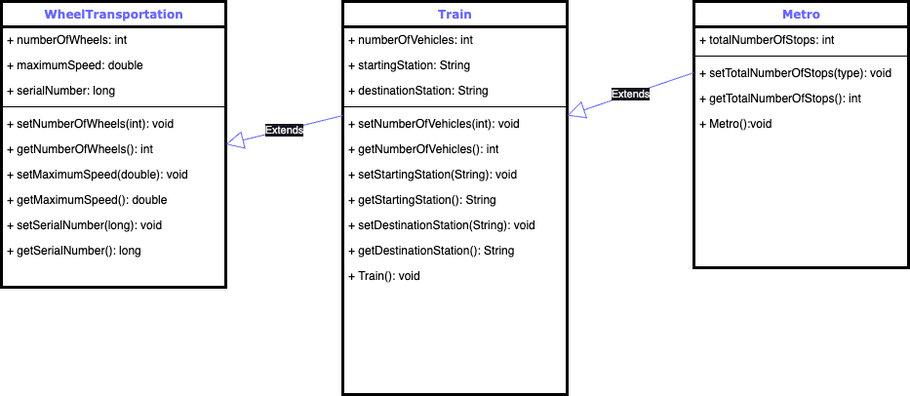
The draw.io diagram src/oop/assignment2/UML-assignment2.png in vcfmtl2077/ProjectJAC, before a commit. Source tidied: cells renumbered, new cells last; positions are measured from the earlier drawing's top-left corner, leaving out a move shared by most shapes.
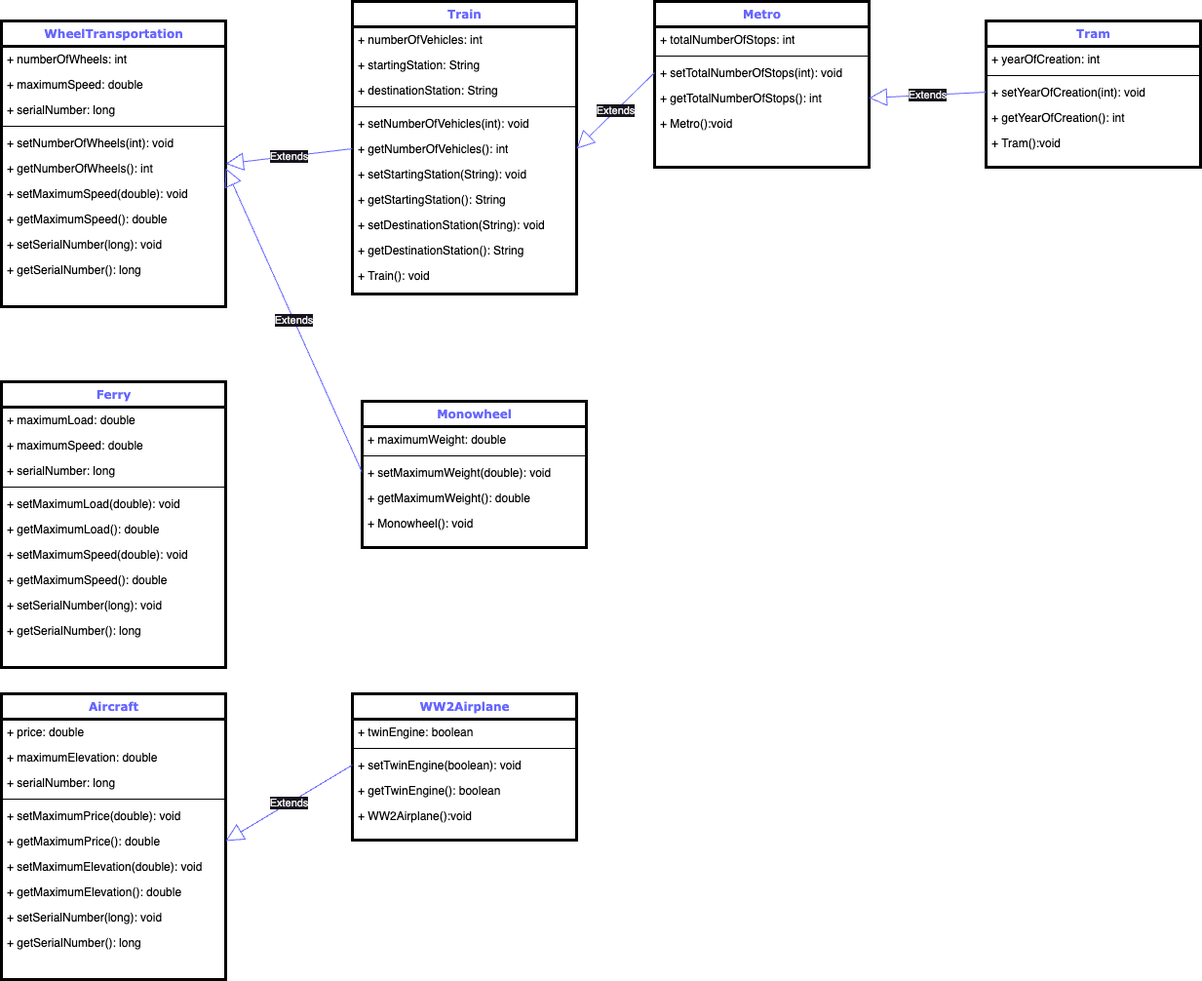
The same diagram one commit later.

Commit message:
update UML class diagram

Diff of the diagram source:
```diff
@@ -3,7 +3,7 @@
     <mxCell id="0" />
     <mxCell id="1" parent="0" />
     <mxCell id="2" value="&lt;font color=&quot;#6666ff&quot;&gt;WheelTransportation&lt;/font&gt;" style="swimlane;html=1;fontStyle=1;align=center;verticalAlign=top;horizontal=1;startSize=26;swimlaneFillColor=#ffffff;rounded=0;shadow=0;comic=0;labelBackgroundColor=none;strokeWidth=3;fillColor=none;fontFamily=Verdana;fontSize=12;strokeColor=#000000;" parent="1" vertex="1">
-      <mxGeometry width="230" height="293" as="geometry" />
+      <mxGeometry x="-10" y="-227" width="230" height="293" as="geometry" />
     </mxCell>
     <mxCell id="3" value="+ numberOfWheels: int" style="text;html=1;strokeColor=none;fillColor=none;align=left;verticalAlign=top;spacingLeft=4;spacingRight=4;whiteSpace=wrap;overflow=hidden;fontColor=#000000;" parent="2" vertex="1">
       <mxGeometry y="26" width="230" height="26" as="geometry" />
@@ -36,7 +36,7 @@
       <mxGeometry y="242" width="230" height="26" as="geometry" />
     </mxCell>
     <mxCell id="13" value="&lt;font color=&quot;#6666ff&quot;&gt;Train&lt;/font&gt;" style="swimlane;html=1;fontStyle=1;align=center;verticalAlign=top;horizontal=1;startSize=26;swimlaneFillColor=#ffffff;rounded=0;shadow=0;comic=0;labelBackgroundColor=none;strokeWidth=3;fillColor=none;fontFamily=Verdana;fontSize=12;strokeColor=#000000;" parent="1" vertex="1">
-      <mxGeometry x="350" width="230" height="403" as="geometry" />
+      <mxGeometry x="350" y="-247" width="230" height="300" as="geometry" />
     </mxCell>
     <mxCell id="14" value="+ numberOfVehicles: int" style="text;html=1;strokeColor=none;fillColor=none;align=left;verticalAlign=top;spacingLeft=4;spacingRight=4;whiteSpace=wrap;overflow=hidden;fontColor=#000000;" parent="13" vertex="1">
       <mxGeometry y="26" width="230" height="26" as="geometry" />
@@ -72,7 +72,7 @@
       <mxGeometry y="268" width="230" height="26" as="geometry" />
     </mxCell>
     <mxCell id="25" value="&lt;font color=&quot;#6666ff&quot;&gt;Metro&lt;/font&gt;" style="swimlane;html=1;fontStyle=1;align=center;verticalAlign=top;horizontal=1;startSize=26;swimlaneFillColor=#ffffff;rounded=0;shadow=0;comic=0;labelBackgroundColor=none;strokeWidth=3;fillColor=none;fontFamily=Verdana;fontSize=12;strokeColor=#000000;" parent="1" vertex="1">
-      <mxGeometry x="710" width="220" height="273" as="geometry" />
+      <mxGeometry x="660" y="-247" width="220" height="170" as="geometry" />
     </mxCell>
     <mxCell id="26" value="+ totalNumberOfStops: int" style="text;html=1;strokeColor=none;fillColor=none;align=left;verticalAlign=top;spacingLeft=4;spacingRight=4;whiteSpace=wrap;overflow=hidden;fontColor=#000000;" parent="25" vertex="1">
       <mxGeometry y="26" width="220" height="26" as="geometry" />
@@ -80,7 +80,7 @@
     <mxCell id="27" style="line;html=1;strokeWidth=1;fillColor=none;align=left;verticalAlign=middle;spacingTop=-1;spacingLeft=3;spacingRight=3;labelPosition=right;fontColor=#000000;strokeColor=#000000;" parent="25" vertex="1">
       <mxGeometry y="52" width="220" height="8" as="geometry" />
     </mxCell>
-    <mxCell id="28" value="+ setTotalNumberOfStops(type): void" style="text;html=1;strokeColor=none;fillColor=none;align=left;verticalAlign=top;spacingLeft=4;spacingRight=4;whiteSpace=wrap;overflow=hidden;points=[[0,0.5],[1,0.5]];portConstraint=eastwest;fontColor=#000000;" parent="25" vertex="1">
+    <mxCell id="28" value="+ setTotalNumberOfStops(int): void" style="text;html=1;strokeColor=none;fillColor=none;align=left;verticalAlign=top;spacingLeft=4;spacingRight=4;whiteSpace=wrap;overflow=hidden;points=[[0,0.5],[1,0.5]];portConstraint=eastwest;fontColor=#000000;" parent="25" vertex="1">
       <mxGeometry y="60" width="220" height="26" as="geometry" />
     </mxCell>
     <mxCell id="29" value="+ getTotalNumberOfStops(): int" style="text;html=1;strokeColor=none;fillColor=none;align=left;verticalAlign=top;spacingLeft=4;spacingRight=4;whiteSpace=wrap;overflow=hidden;points=[[0,0.5],[1,0.5]];portConstraint=eastwest;fontColor=#000000;" parent="25" vertex="1">
@@ -89,15 +89,140 @@
     <mxCell id="30" value="+ Metro():void" style="text;html=1;strokeColor=none;fillColor=none;align=left;verticalAlign=top;spacingLeft=4;spacingRight=4;whiteSpace=wrap;overflow=hidden;fontColor=#000000;" parent="25" vertex="1">
       <mxGeometry y="112" width="220" height="26" as="geometry" />
     </mxCell>
-    <mxCell id="31" value="Extends" style="endArrow=block;endSize=16;endFill=0;html=1;rounded=0;entryX=1;entryY=0.5;entryDx=0;entryDy=0;exitX=0;exitY=0.5;exitDx=0;exitDy=0;strokeColor=#6666FF;" parent="1" edge="1" target="2">
-      <mxGeometry relative="1" as="geometry">
-        <mxPoint x="350" y="117" as="sourcePoint" />
-      </mxGeometry>
+    <mxCell id="31" value="Extends" style="endArrow=block;endSize=16;endFill=0;html=1;rounded=0;entryX=1;entryY=0.5;entryDx=0;entryDy=0;exitX=0;exitY=0.5;exitDx=0;exitDy=0;strokeColor=#6666FF;" parent="1" edge="1" source="19" target="2">
+      <mxGeometry relative="1" as="geometry" />
     </mxCell>
-    <mxCell id="32" value="Extends" style="endArrow=block;endSize=16;endFill=0;html=1;rounded=0;entryX=1;entryY=0.5;entryDx=0;entryDy=0;exitX=0;exitY=0.5;exitDx=0;exitDy=0;strokeColor=#6666FF;" parent="1" edge="1" source="28">
-      <mxGeometry relative="1" as="geometry">
-        <mxPoint x="580" y="117" as="targetPoint" />
-      </mxGeometry>
+    <mxCell id="32" value="Extends" style="endArrow=block;endSize=16;endFill=0;html=1;rounded=0;entryX=1;entryY=0.5;entryDx=0;entryDy=0;exitX=0;exitY=0.5;exitDx=0;exitDy=0;strokeColor=#6666FF;" parent="1" edge="1" source="28" target="19">
+      <mxGeometry relative="1" as="geometry" />
     </mxCell>
+    <mxCell id="33" value="&lt;font color=&quot;#6666ff&quot;&gt;Tram&lt;/font&gt;" style="swimlane;html=1;fontStyle=1;align=center;verticalAlign=top;horizontal=1;startSize=26;swimlaneFillColor=#ffffff;rounded=0;shadow=0;comic=0;labelBackgroundColor=none;strokeWidth=3;fillColor=none;fontFamily=Verdana;fontSize=12;strokeColor=#000000;" parent="1" vertex="1">
+      <mxGeometry x="1000" y="-227" width="220" height="150" as="geometry" />
+    </mxCell>
+    <mxCell id="34" value="+ yearOfCreation: int" style="text;html=1;strokeColor=none;fillColor=none;align=left;verticalAlign=top;spacingLeft=4;spacingRight=4;whiteSpace=wrap;overflow=hidden;fontColor=#000000;" parent="33" vertex="1">
+      <mxGeometry y="26" width="220" height="26" as="geometry" />
+    </mxCell>
+    <mxCell id="35" style="line;html=1;strokeWidth=1;fillColor=none;align=left;verticalAlign=middle;spacingTop=-1;spacingLeft=3;spacingRight=3;labelPosition=right;fontColor=#000000;strokeColor=#000000;" parent="33" vertex="1">
+      <mxGeometry y="52" width="220" height="8" as="geometry" />
+    </mxCell>
+    <mxCell id="36" value="+ setYearOfCreation(int): void" style="text;html=1;strokeColor=none;fillColor=none;align=left;verticalAlign=top;spacingLeft=4;spacingRight=4;whiteSpace=wrap;overflow=hidden;points=[[0,0.5],[1,0.5]];portConstraint=eastwest;fontColor=#000000;" parent="33" vertex="1">
+      <mxGeometry y="60" width="220" height="26" as="geometry" />
+    </mxCell>
+    <mxCell id="37" value="+ getYearOfCreation(): int" style="text;html=1;strokeColor=none;fillColor=none;align=left;verticalAlign=top;spacingLeft=4;spacingRight=4;whiteSpace=wrap;overflow=hidden;fontColor=#000000;" parent="33" vertex="1">
+      <mxGeometry y="86" width="220" height="26" as="geometry" />
+    </mxCell>
+    <mxCell id="38" value="+ Tram():void" style="text;html=1;strokeColor=none;fillColor=none;align=left;verticalAlign=top;spacingLeft=4;spacingRight=4;whiteSpace=wrap;overflow=hidden;fontColor=#000000;" parent="33" vertex="1">
+      <mxGeometry y="112" width="220" height="26" as="geometry" />
+    </mxCell>
+    <mxCell id="39" value="Extends" style="endArrow=block;endSize=16;endFill=0;html=1;rounded=0;exitX=0;exitY=0.5;exitDx=0;exitDy=0;strokeColor=#6666FF;entryX=1;entryY=0.5;entryDx=0;entryDy=0;" parent="1" edge="1" source="36" target="29">
+      <mxGeometry relative="1" as="geometry" />
+    </mxCell>
+    <mxCell id="40" value="&lt;font color=&quot;#6666ff&quot;&gt;Monowheel&lt;/font&gt;" style="swimlane;html=1;fontStyle=1;align=center;verticalAlign=top;horizontal=1;startSize=26;swimlaneFillColor=#ffffff;rounded=0;shadow=0;comic=0;labelBackgroundColor=none;strokeWidth=3;fillColor=none;fontFamily=Verdana;fontSize=12;strokeColor=#000000;" parent="1" vertex="1">
+      <mxGeometry x="360" y="163" width="230" height="150" as="geometry" />
+    </mxCell>
+    <mxCell id="41" value="+ maximumWeight: double" style="text;html=1;strokeColor=none;fillColor=none;align=left;verticalAlign=top;spacingLeft=4;spacingRight=4;whiteSpace=wrap;overflow=hidden;fontColor=#000000;" parent="40" vertex="1">
+      <mxGeometry y="26" width="230" height="26" as="geometry" />
+    </mxCell>
+    <mxCell id="42" style="line;html=1;strokeWidth=1;fillColor=none;align=left;verticalAlign=middle;spacingTop=-1;spacingLeft=3;spacingRight=3;labelPosition=right;fontColor=#000000;strokeColor=#000000;" parent="40" vertex="1">
+      <mxGeometry y="52" width="230" height="8" as="geometry" />
+    </mxCell>
+    <mxCell id="43" value="+ setMaximumWeight(double): void" style="text;html=1;strokeColor=none;fillColor=none;align=left;verticalAlign=top;spacingLeft=4;spacingRight=4;whiteSpace=wrap;overflow=hidden;points=[[0,0.5],[1,0.5]];portConstraint=eastwest;fontColor=#000000;" parent="40" vertex="1">
+      <mxGeometry y="60" width="230" height="26" as="geometry" />
+    </mxCell>
+    <mxCell id="44" value="+ getMaximumWeight(): double" style="text;html=1;strokeColor=none;fillColor=none;align=left;verticalAlign=top;spacingLeft=4;spacingRight=4;whiteSpace=wrap;overflow=hidden;fontColor=#000000;" parent="40" vertex="1">
+      <mxGeometry y="86" width="230" height="26" as="geometry" />
+    </mxCell>
+    <mxCell id="45" value="+&amp;nbsp;Monowheel(): void" style="text;html=1;strokeColor=none;fillColor=none;align=left;verticalAlign=top;spacingLeft=4;spacingRight=4;whiteSpace=wrap;overflow=hidden;fontColor=#000000;" parent="40" vertex="1">
+      <mxGeometry y="112" width="230" height="26" as="geometry" />
+    </mxCell>
+    <mxCell id="46" value="Extends" style="endArrow=block;endSize=16;endFill=0;html=1;rounded=0;exitX=0;exitY=0.5;exitDx=0;exitDy=0;strokeColor=#6666FF;entryX=1;entryY=0.5;entryDx=0;entryDy=0;" parent="1" edge="1" source="43" target="8">
+      <mxGeometry relative="1" as="geometry" />
+    </mxCell>
+    <mxCell id="47" value="&lt;font color=&quot;#6666ff&quot;&gt;Ferry&lt;/font&gt;" style="swimlane;html=1;fontStyle=1;align=center;verticalAlign=top;horizontal=1;startSize=26;swimlaneFillColor=#ffffff;rounded=0;shadow=0;comic=0;labelBackgroundColor=none;strokeWidth=3;fillColor=none;fontFamily=Verdana;fontSize=12;strokeColor=#000000;" parent="1" vertex="1">
+      <mxGeometry x="-10" y="143" width="230" height="293" as="geometry" />
+    </mxCell>
+    <mxCell id="48" value="+ maximumLoad: double" style="text;html=1;strokeColor=none;fillColor=none;align=left;verticalAlign=top;spacingLeft=4;spacingRight=4;whiteSpace=wrap;overflow=hidden;fontColor=#000000;" parent="47" vertex="1">
+      <mxGeometry y="26" width="230" height="26" as="geometry" />
+    </mxCell>
+    <mxCell id="49" value="+ maximumSpeed: double" style="text;html=1;strokeColor=none;fillColor=none;align=left;verticalAlign=top;spacingLeft=4;spacingRight=4;whiteSpace=wrap;overflow=hidden;fontColor=#000000;" parent="47" vertex="1">
+      <mxGeometry y="52" width="230" height="26" as="geometry" />
+    </mxCell>
+    <mxCell id="50" value="+ serialNumber: long" style="text;html=1;strokeColor=none;fillColor=none;align=left;verticalAlign=top;spacingLeft=4;spacingRight=4;whiteSpace=wrap;overflow=hidden;fontColor=#000000;" parent="47" vertex="1">
+      <mxGeometry y="78" width="230" height="26" as="geometry" />
+    </mxCell>
+    <mxCell id="51" style="line;html=1;strokeWidth=1;fillColor=none;align=left;verticalAlign=middle;spacingTop=-1;spacingLeft=3;spacingRight=3;labelPosition=right;fontColor=#000000;strokeColor=#000000;" parent="47" vertex="1">
+      <mxGeometry y="104" width="230" height="8" as="geometry" />
+    </mxCell>
+    <mxCell id="52" value="+ setMaximumLoad(double): void" style="text;html=1;strokeColor=none;fillColor=none;align=left;verticalAlign=top;spacingLeft=4;spacingRight=4;whiteSpace=wrap;overflow=hidden;fontColor=#000000;" parent="47" vertex="1">
+      <mxGeometry y="112" width="230" height="26" as="geometry" />
+    </mxCell>
+    <mxCell id="53" value="+ getMaximumLoad(): double" style="text;html=1;strokeColor=none;fillColor=none;align=left;verticalAlign=top;spacingLeft=4;spacingRight=4;whiteSpace=wrap;overflow=hidden;fontColor=#000000;" parent="47" vertex="1">
+      <mxGeometry y="138" width="230" height="26" as="geometry" />
+    </mxCell>
+    <mxCell id="54" value="+ setMaximumSpeed(double): void" style="text;html=1;strokeColor=none;fillColor=none;align=left;verticalAlign=top;spacingLeft=4;spacingRight=4;whiteSpace=wrap;overflow=hidden;fontColor=#000000;" parent="47" vertex="1">
+      <mxGeometry y="164" width="230" height="26" as="geometry" />
+    </mxCell>
+    <mxCell id="55" value="+ getMaximumSpeed(): double" style="text;html=1;strokeColor=none;fillColor=none;align=left;verticalAlign=top;spacingLeft=4;spacingRight=4;whiteSpace=wrap;overflow=hidden;fontColor=#000000;" parent="47" vertex="1">
+      <mxGeometry y="190" width="230" height="26" as="geometry" />
+    </mxCell>
+    <mxCell id="56" value="+ setSerialNumber(long): void" style="text;html=1;strokeColor=none;fillColor=none;align=left;verticalAlign=top;spacingLeft=4;spacingRight=4;whiteSpace=wrap;overflow=hidden;fontColor=#000000;" parent="47" vertex="1">
+      <mxGeometry y="216" width="230" height="26" as="geometry" />
+    </mxCell>
+    <mxCell id="57" value="+ getSerialNumber(): long" style="text;html=1;strokeColor=none;fillColor=none;align=left;verticalAlign=top;spacingLeft=4;spacingRight=4;whiteSpace=wrap;overflow=hidden;fontColor=#000000;" parent="47" vertex="1">
+      <mxGeometry y="242" width="230" height="26" as="geometry" />
+    </mxCell>
+    <mxCell id="58" value="&lt;font color=&quot;#6666ff&quot;&gt;Aircraft&lt;/font&gt;" style="swimlane;html=1;fontStyle=1;align=center;verticalAlign=top;horizontal=1;startSize=26;swimlaneFillColor=#ffffff;rounded=0;shadow=0;comic=0;labelBackgroundColor=none;strokeWidth=3;fillColor=none;fontFamily=Verdana;fontSize=12;strokeColor=#000000;" parent="1" vertex="1">
+      <mxGeometry x="-10" y="463" width="230" height="293" as="geometry" />
+    </mxCell>
+    <mxCell id="59" value="+ price: double" style="text;html=1;strokeColor=none;fillColor=none;align=left;verticalAlign=top;spacingLeft=4;spacingRight=4;whiteSpace=wrap;overflow=hidden;fontColor=#000000;" parent="58" vertex="1">
+      <mxGeometry y="26" width="230" height="26" as="geometry" />
+    </mxCell>
+    <mxCell id="60" value="+ maximumElevation: double" style="text;html=1;strokeColor=none;fillColor=none;align=left;verticalAlign=top;spacingLeft=4;spacingRight=4;whiteSpace=wrap;overflow=hidden;fontColor=#000000;" parent="58" vertex="1">
+      <mxGeometry y="52" width="230" height="26" as="geometry" />
+    </mxCell>
+    <mxCell id="61" value="+ serialNumber: long" style="text;html=1;strokeColor=none;fillColor=none;align=left;verticalAlign=top;spacingLeft=4;spacingRight=4;whiteSpace=wrap;overflow=hidden;fontColor=#000000;" parent="58" vertex="1">
+      <mxGeometry y="78" width="230" height="26" as="geometry" />
+    </mxCell>
+    <mxCell id="62" style="line;html=1;strokeWidth=1;fillColor=none;align=left;verticalAlign=middle;spacingTop=-1;spacingLeft=3;spacingRight=3;labelPosition=right;fontColor=#000000;strokeColor=#000000;" parent="58" vertex="1">
+      <mxGeometry y="104" width="230" height="8" as="geometry" />
+    </mxCell>
+    <mxCell id="63" value="+ setMaximumPrice(double): void" style="text;html=1;strokeColor=none;fillColor=none;align=left;verticalAlign=top;spacingLeft=4;spacingRight=4;whiteSpace=wrap;overflow=hidden;fontColor=#000000;" parent="58" vertex="1">
+      <mxGeometry y="112" width="230" height="26" as="geometry" />
+    </mxCell>
+    <mxCell id="64" value="+ getMaximumPrice(): double" style="text;html=1;strokeColor=none;fillColor=none;align=left;verticalAlign=top;spacingLeft=4;spacingRight=4;whiteSpace=wrap;overflow=hidden;points=[[0,0.5],[1,0.5]];portConstraint=eastwest;fontColor=#000000;" parent="58" vertex="1">
+      <mxGeometry y="138" width="230" height="26" as="geometry" />
+    </mxCell>
+    <mxCell id="65" value="+ setMaximumElevation(double): void" style="text;html=1;strokeColor=none;fillColor=none;align=left;verticalAlign=top;spacingLeft=4;spacingRight=4;whiteSpace=wrap;overflow=hidden;fontColor=#000000;" parent="58" vertex="1">
+      <mxGeometry y="164" width="230" height="26" as="geometry" />
+    </mxCell>
+    <mxCell id="66" value="+ getMaximumElevation(): double" style="text;html=1;strokeColor=none;fillColor=none;align=left;verticalAlign=top;spacingLeft=4;spacingRight=4;whiteSpace=wrap;overflow=hidden;fontColor=#000000;" parent="58" vertex="1">
+      <mxGeometry y="190" width="230" height="26" as="geometry" />
+    </mxCell>
+    <mxCell id="67" value="+ setSerialNumber(long): void" style="text;html=1;strokeColor=none;fillColor=none;align=left;verticalAlign=top;spacingLeft=4;spacingRight=4;whiteSpace=wrap;overflow=hidden;fontColor=#000000;" parent="58" vertex="1">
+      <mxGeometry y="216" width="230" height="26" as="geometry" />
+    </mxCell>
+    <mxCell id="68" value="+ getSerialNumber(): long" style="text;html=1;strokeColor=none;fillColor=none;align=left;verticalAlign=top;spacingLeft=4;spacingRight=4;whiteSpace=wrap;overflow=hidden;fontColor=#000000;" parent="58" vertex="1">
+      <mxGeometry y="242" width="230" height="26" as="geometry" />
+    </mxCell>
+    <mxCell id="69" value="&lt;font color=&quot;#6666ff&quot;&gt;WW2Airplane&lt;/font&gt;" style="swimlane;html=1;fontStyle=1;align=center;verticalAlign=top;horizontal=1;startSize=26;swimlaneFillColor=#ffffff;rounded=0;shadow=0;comic=0;labelBackgroundColor=none;strokeWidth=3;fillColor=none;fontFamily=Verdana;fontSize=12;strokeColor=#000000;" parent="1" vertex="1">
+      <mxGeometry x="350" y="463" width="230" height="150" as="geometry" />
+    </mxCell>
+    <mxCell id="70" value="+ twinEngine: boolean" style="text;html=1;strokeColor=none;fillColor=none;align=left;verticalAlign=top;spacingLeft=4;spacingRight=4;whiteSpace=wrap;overflow=hidden;fontColor=#000000;" parent="69" vertex="1">
+      <mxGeometry y="26" width="230" height="26" as="geometry" />
+    </mxCell>
+    <mxCell id="71" style="line;html=1;strokeWidth=1;fillColor=none;align=left;verticalAlign=middle;spacingTop=-1;spacingLeft=3;spacingRight=3;labelPosition=right;fontColor=#000000;strokeColor=#000000;" parent="69" vertex="1">
+      <mxGeometry y="52" width="230" height="8" as="geometry" />
+    </mxCell>
+    <mxCell id="72" value="+ setTwinEngine(boolean): void" style="text;html=1;strokeColor=none;fillColor=none;align=left;verticalAlign=top;spacingLeft=4;spacingRight=4;whiteSpace=wrap;overflow=hidden;points=[[0,0.5],[1,0.5]];portConstraint=eastwest;fontColor=#000000;" parent="69" vertex="1">
+      <mxGeometry y="60" width="230" height="26" as="geometry" />
+    </mxCell>
+    <mxCell id="73" value="+ getTwinEngine(): boolean" style="text;html=1;strokeColor=none;fillColor=none;align=left;verticalAlign=top;spacingLeft=4;spacingRight=4;whiteSpace=wrap;overflow=hidden;fontColor=#000000;" parent="69" vertex="1">
+      <mxGeometry y="86" width="230" height="26" as="geometry" />
+    </mxCell>
+    <mxCell id="74" value="+&amp;nbsp;WW2Airplane():void" style="text;html=1;strokeColor=none;fillColor=none;align=left;verticalAlign=top;spacingLeft=4;spacingRight=4;whiteSpace=wrap;overflow=hidden;fontColor=#000000;" parent="69" vertex="1">
+      <mxGeometry y="112" width="230" height="26" as="geometry" />
+    </mxCell>
+    <mxCell id="75" value="Extends" style="endArrow=block;endSize=16;endFill=0;html=1;rounded=0;exitX=0;exitY=0.5;exitDx=0;exitDy=0;strokeColor=#6666FF;entryX=1;entryY=0.5;entryDx=0;entryDy=0;" parent="1" edge="1" source="72" target="64">
+      <mxGeometry relative="1" as="geometry" />
+    </mxCell>
   </root>
 </mxGraphModel>
```
